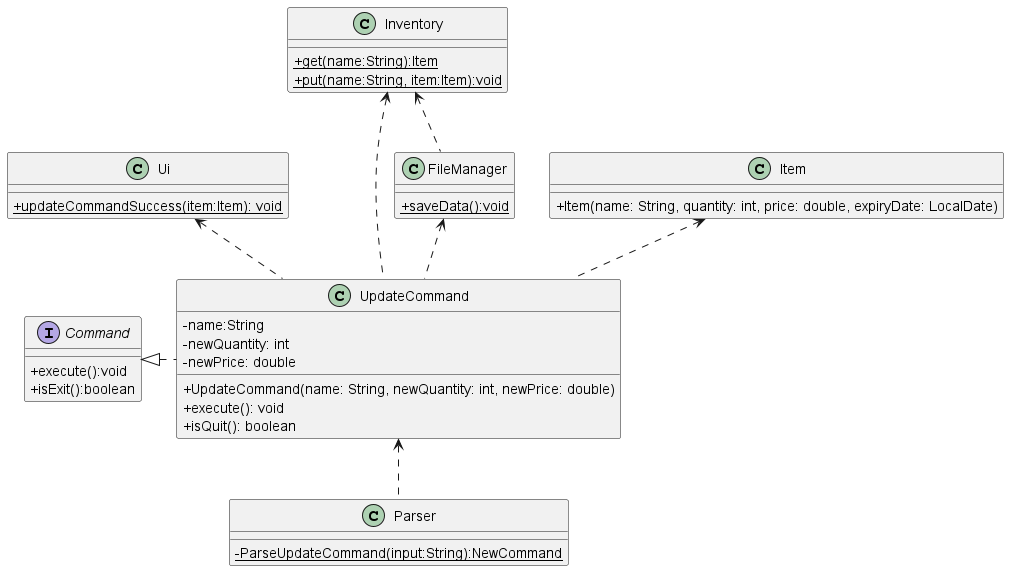
The PlantUML diagram docs/uml-diagrams/UpdateCommandClass.png in rismm/tp, before a commit. Its diagram source:
```plantuml
@startuml
skinparam classAttributeIconSize 0

interface Command
class Ui
class Inventory
class Item
class UpdateCommand
class Parser
class FileManager

UpdateCommand <.. Parser
Command <|. UpdateCommand
Ui <.. UpdateCommand
Inventory <.. UpdateCommand
Item <.. UpdateCommand
FileManager <.. UpdateCommand
Inventory <.. FileManager

interface Command {
    +execute():void
    +isExit():boolean
}

class UpdateCommand {
    -name:String
    -newQuantity: int
    -newPrice: double
    +UpdateCommand(name: String, newQuantity: int, newPrice: double)
    +execute(): void
    +isQuit(): boolean
}

class Item {
    +Item(name: String, quantity: int, price: double, expiryDate: LocalDate)
}

class Ui {
    {static}+updateCommandSuccess(item:Item): void
}

class Parser {
    {static}-ParseUpdateCommand(input:String):NewCommand
}

class Inventory {
    {static}+get(name:String):Item
    {static}+put(name:String, item:Item):void
}

class FileManager {
    {static}+saveData():void
}

@enduml
```
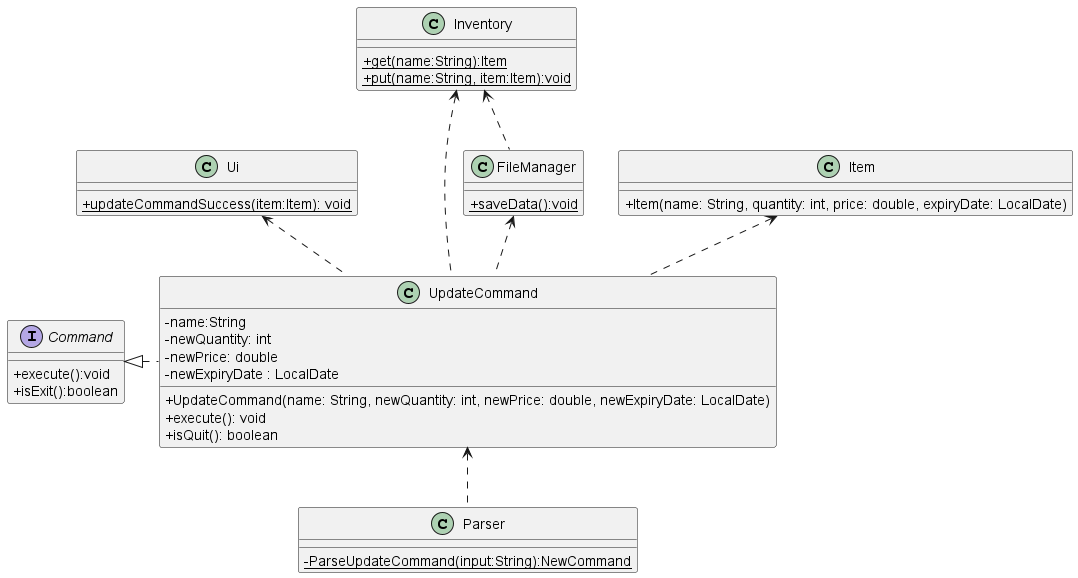
The same file after the commit.

Commit message:
update UpdateCommand UMLs

What changed in the source:
```diff
@@ -26,7 +26,8 @@
     -name:String
     -newQuantity: int
     -newPrice: double
-    +UpdateCommand(name: String, newQuantity: int, newPrice: double)
+    -newExpiryDate : LocalDate
+    +UpdateCommand(name: String, newQuantity: int, newPrice: double, newExpiryDate: LocalDate)
     +execute(): void
     +isQuit(): boolean
 }
```
